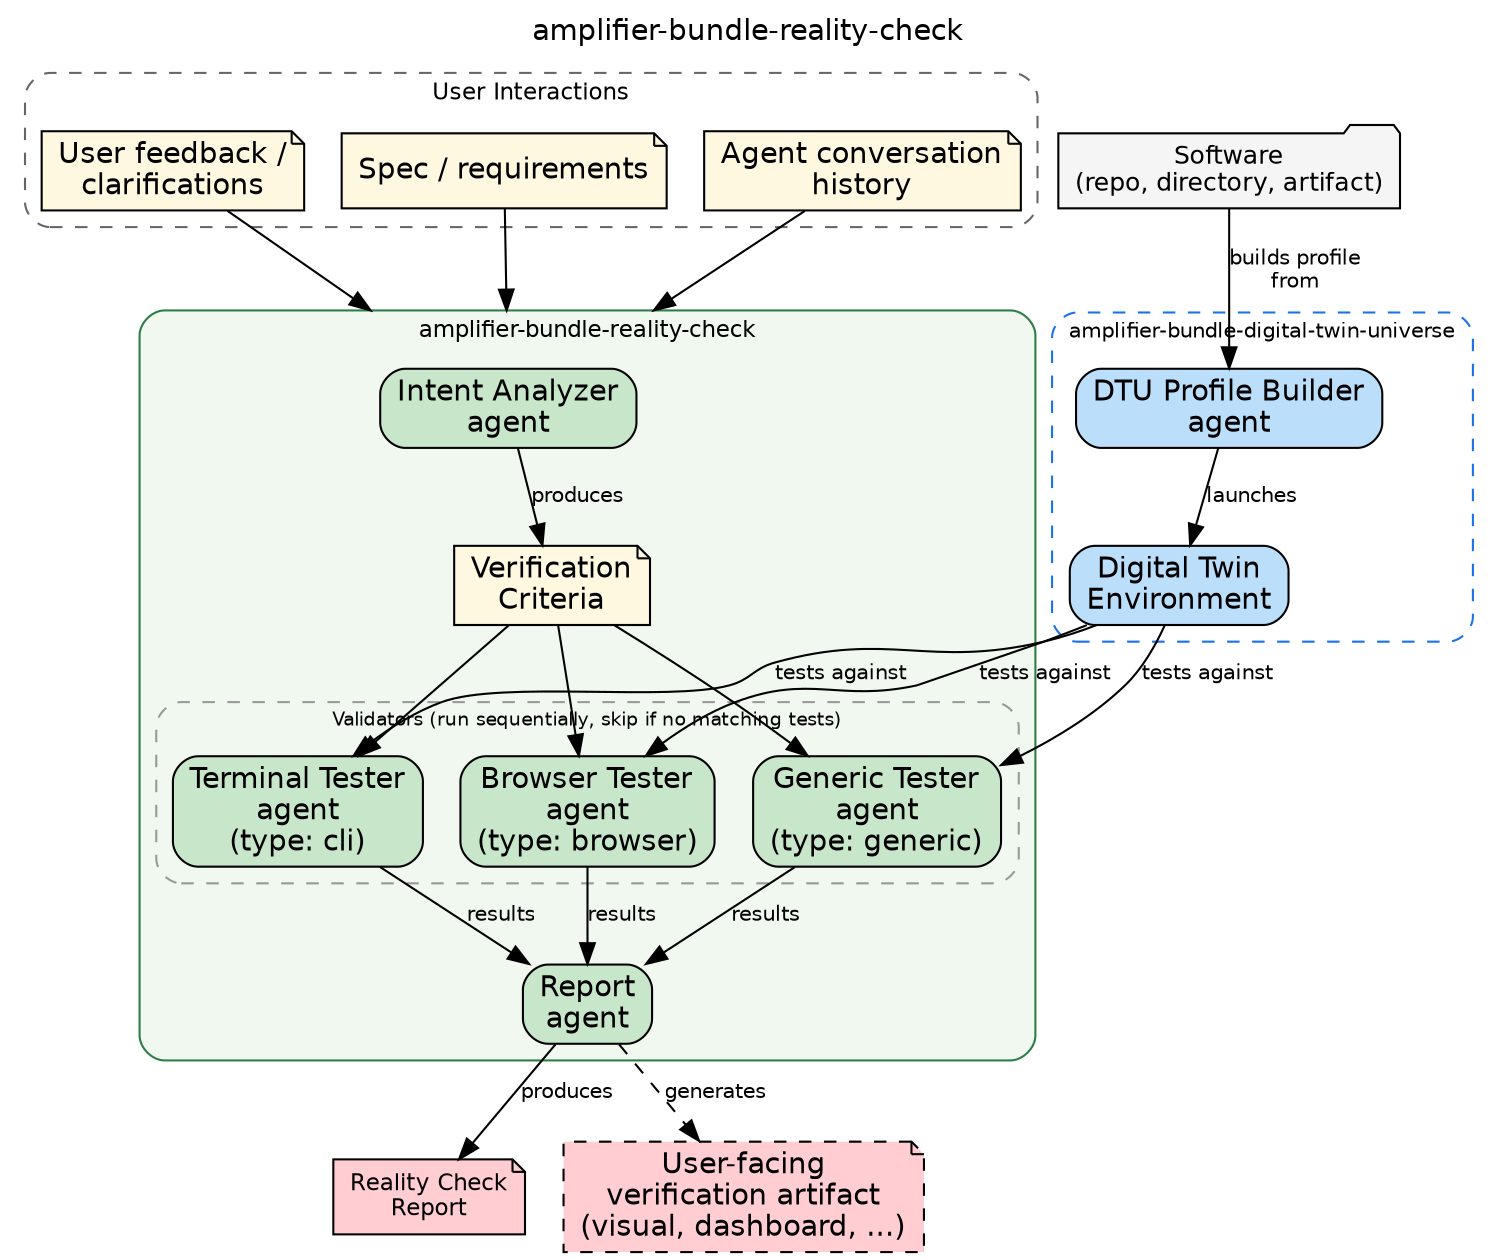
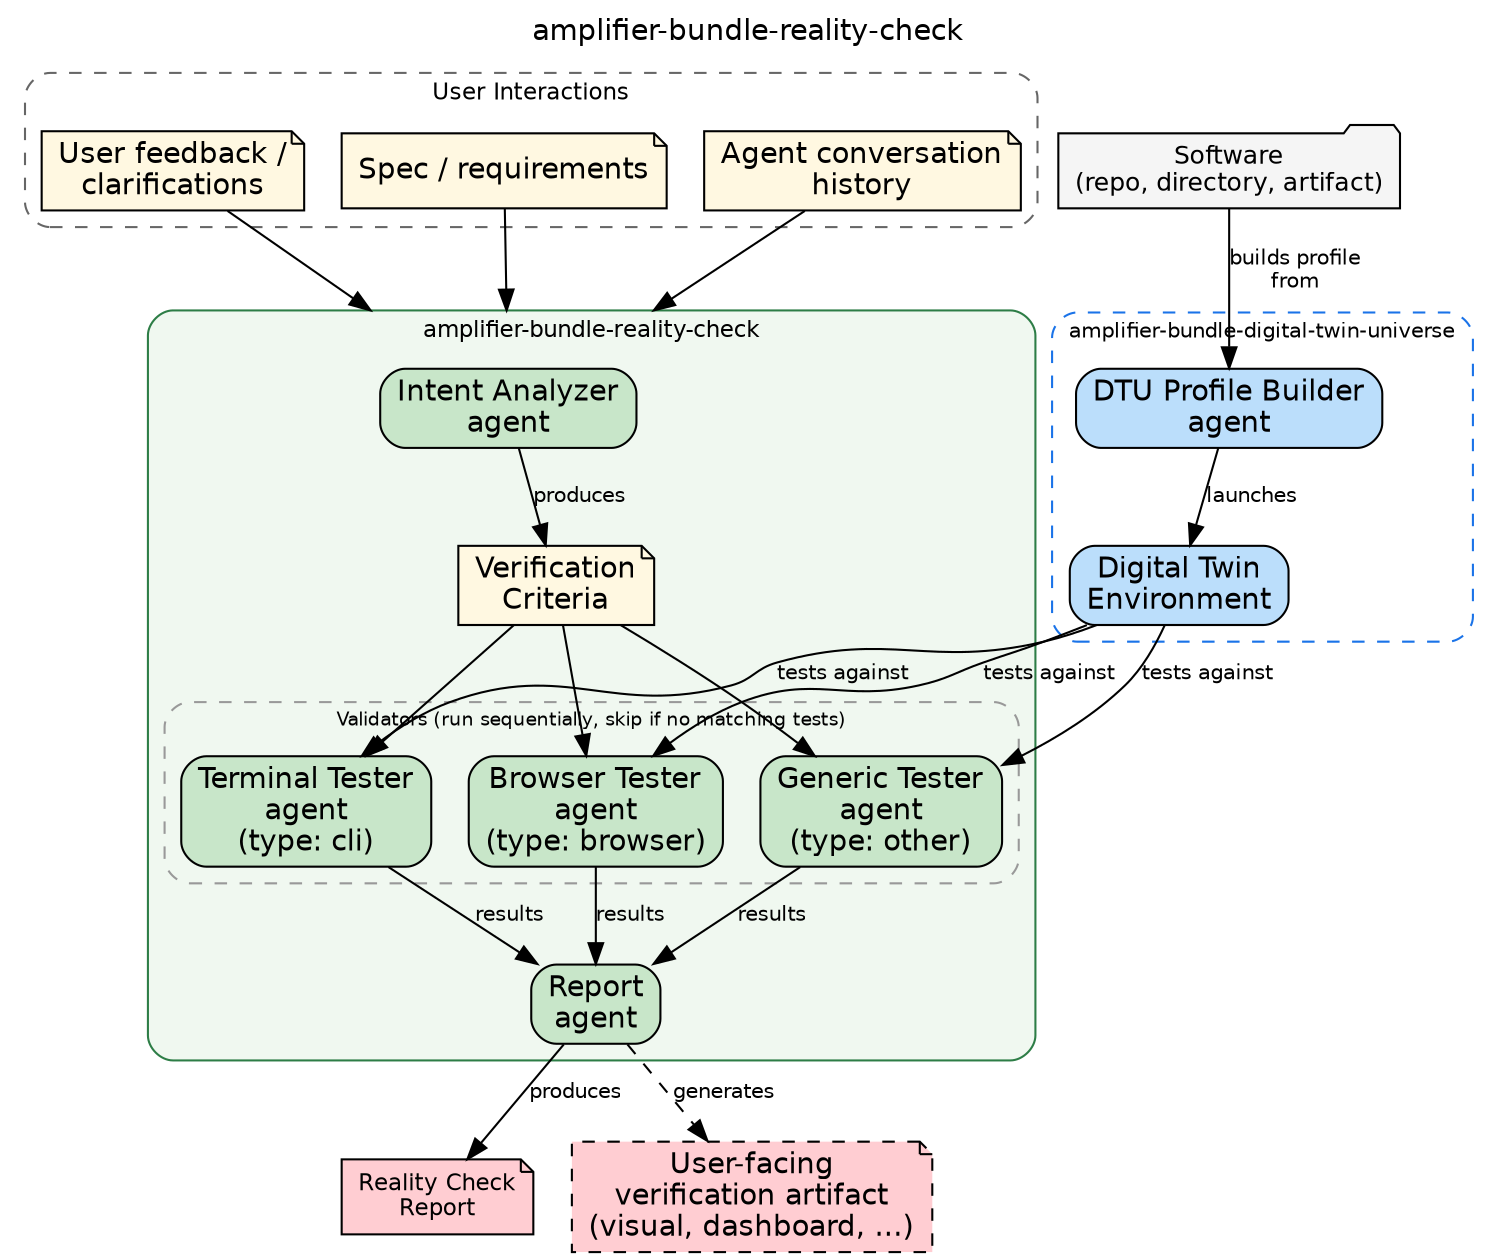
digraph reality_check_architecture {
    rankdir=TB
    label="amplifier-bundle-reality-check"
    labelloc=t
    fontname="Helvetica"
    fontsize=14
    compound=true
    node [shape=box, style="rounded,filled", fillcolor="#e8f0fe", fontname="Helvetica"]
    edge [fontname="Helvetica", fontsize=10]

    // --- External inputs ---
    subgraph cluster_user_interactions {
        label="User Interactions"
        style="rounded,dashed"
        color="#666666"
        fontname="Helvetica"
        fontsize=11

        spec [label="Spec / requirements", shape=note, fillcolor="#fff8e1"]
        conversation [label="Agent conversation\nhistory", shape=note, fillcolor="#fff8e1"]
        feedback [label="User feedback /\nclarifications", shape=note, fillcolor="#fff8e1"]
    }

    software [label="Software\n(repo, directory, artifact)", shape=folder, fillcolor="#f5f5f5", fontsize=12]

    // --- Reality Check agents ---
    subgraph cluster_reality_check {
        label="amplifier-bundle-reality-check"
        style="rounded,filled"
        color="#2d7d46"
        fillcolor="#f0f8f0"
        fontname="Helvetica"
        fontsize=11

        intent [label="Intent Analyzer\nagent", fillcolor="#c8e6c9"]
        criteria [label="Verification\nCriteria", shape=note, fillcolor="#fff8e1"]
        intent -> criteria [label="produces"]

        subgraph cluster_validators {
            label="Validators (run sequentially, skip if no matching tests)"
            style="rounded,dashed"
            color="#999999"
            fontname="Helvetica"
            fontsize=9

            terminal_tester [label="Terminal Tester\nagent\n(type: cli)", fillcolor="#c8e6c9"]
            browser_tester [label="Browser Tester\nagent\n(type: browser)", fillcolor="#c8e6c9"]
-             generic_tester [label="Generic Tester\nagent\n(type: generic)", fillcolor="#c8e6c9"]
+             generic_tester [label="Generic Tester\nagent\n(type: other)", fillcolor="#c8e6c9"]
        }

        reporter [label="Report\nagent", fillcolor="#c8e6c9"]
    }

    // --- DTU (external dependency) ---
    subgraph cluster_dtu {
        label="amplifier-bundle-digital-twin-universe"
        style="rounded,dashed"
        color="#1a73e8"
        fontname="Helvetica"
        fontsize=10

        profile_builder [label="DTU Profile Builder\nagent", fillcolor="#bbdefb"]
        dtu_env [label="Digital Twin\nEnvironment", fillcolor="#bbdefb"]
        profile_builder -> dtu_env [label="launches"]
    }

    // --- Outputs ---
    report [label="Reality Check\nReport", shape=note, fillcolor="#ffcdd2", fontsize=11]
    visual [label="User-facing\nverification artifact\n(visual, dashboard, ...)", shape=note, fillcolor="#ffcdd2", style="rounded,filled,dashed"]

    // --- Flow ---

    // User interactions feed intent analysis
    spec -> intent [lhead=cluster_reality_check]
    conversation -> intent [lhead=cluster_reality_check]
    feedback -> intent [lhead=cluster_reality_check]

    // Software feeds DTU profile builder
    software -> profile_builder [label="builds profile\nfrom"]

    // Criteria drives validation (sequential, each skips if no matching tests)
    criteria -> terminal_tester
    criteria -> browser_tester
    criteria -> generic_tester

    // DTU environment is what gets tested
    dtu_env -> terminal_tester [label="tests against"]
    dtu_env -> browser_tester [label="tests against"]
    dtu_env -> generic_tester [label="tests against"]

    // Validators feed reporter
    terminal_tester -> reporter [label="results"]
    browser_tester -> reporter [label="results"]
    generic_tester -> reporter [label="results"]

    // Reporter produces outputs
    reporter -> report [label="produces"]
    reporter -> visual [label="generates", style=dashed]
}
